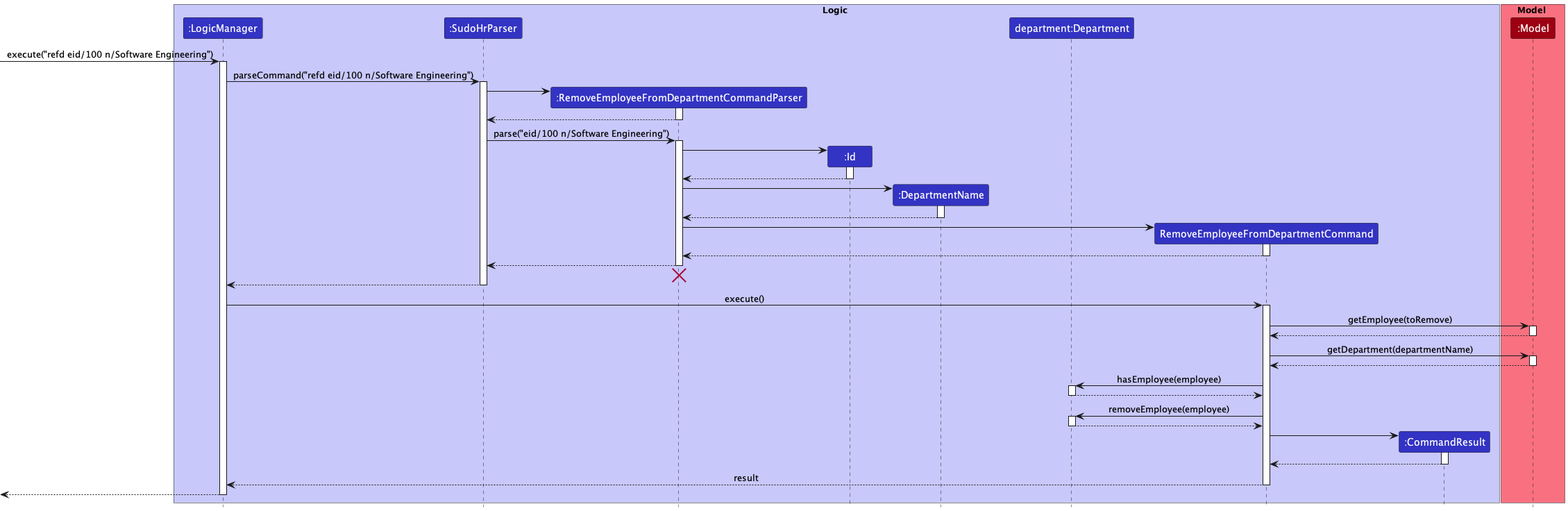
The PlantUML diagram docs/images/commands/department/RemoveEmployeeFromDepartmentSequenceDiagram.png in nus-cs2103-AY2223S2/tp, before a commit. Source of this version:
```plantuml
@startuml
!include ../../style.puml

box Logic LOGIC_COLOR_T1
participant ":LogicManager" as LogicManager LOGIC_COLOR
participant ":SudoHrParser" as SudoHrParser LOGIC_COLOR
participant ":RemoveEmployeeFromDepartmentCommandParser" as RemoveEmployeeFromDepartmentCommandParser LOGIC_COLOR
participant ":Id" as Id LOGIC_COLOR
participant ":DepartmentName" as DepartmentName LOGIC_COLOR
participant "department:Department" as Department LOGIC_COLOR
participant "RemoveEmployeeFromDepartmentCommand" as RemoveEmployeeFromDepartmentCommand LOGIC_COLOR
participant ":CommandResult" as CommandResult LOGIC_COLOR
end box

box Model MODEL_COLOR_T1
participant ":Model" as Model MODEL_COLOR
end box

[-> LogicManager : execute("refd eid/100 n/Software Engineering")
activate LogicManager

LogicManager -> SudoHrParser : parseCommand("refd eid/100 n/Software Engineering")
activate SudoHrParser

create RemoveEmployeeFromDepartmentCommandParser
SudoHrParser -> RemoveEmployeeFromDepartmentCommandParser
activate RemoveEmployeeFromDepartmentCommandParser

RemoveEmployeeFromDepartmentCommandParser --> SudoHrParser
deactivate RemoveEmployeeFromDepartmentCommandParser

SudoHrParser -> RemoveEmployeeFromDepartmentCommandParser : parse("eid/100 n/Software Engineering")
activate RemoveEmployeeFromDepartmentCommandParser

create Id
RemoveEmployeeFromDepartmentCommandParser -> Id
activate Id

Id --> RemoveEmployeeFromDepartmentCommandParser
deactivate

create DepartmentName
RemoveEmployeeFromDepartmentCommandParser -> DepartmentName
activate DepartmentName

DepartmentName --> RemoveEmployeeFromDepartmentCommandParser
deactivate

create RemoveEmployeeFromDepartmentCommand
RemoveEmployeeFromDepartmentCommandParser -> RemoveEmployeeFromDepartmentCommand
activate RemoveEmployeeFromDepartmentCommand

RemoveEmployeeFromDepartmentCommand --> RemoveEmployeeFromDepartmentCommandParser
deactivate RemoveEmployeeFromDepartmentCommand

RemoveEmployeeFromDepartmentCommandParser --> SudoHrParser
deactivate RemoveEmployeeFromDepartmentCommandParser
RemoveEmployeeFromDepartmentCommandParser -[hidden]-> SudoHrParser
destroy RemoveEmployeeFromDepartmentCommandParser

SudoHrParser --> LogicManager
deactivate SudoHrParser

LogicManager -> RemoveEmployeeFromDepartmentCommand : execute()
activate RemoveEmployeeFromDepartmentCommand

RemoveEmployeeFromDepartmentCommand -> Model : getEmployee(toRemove)
activate Model

Model --> RemoveEmployeeFromDepartmentCommand
deactivate Model

RemoveEmployeeFromDepartmentCommand -> Model : getDepartment(departmentName)
activate Model

Model --> RemoveEmployeeFromDepartmentCommand
deactivate Model

RemoveEmployeeFromDepartmentCommand -> Department : hasEmployee(employee)
activate Department

Department --> RemoveEmployeeFromDepartmentCommand
deactivate Department

RemoveEmployeeFromDepartmentCommand -> Department : removeEmployee(employee)
activate Department

Department --> RemoveEmployeeFromDepartmentCommand
deactivate Department

create CommandResult
RemoveEmployeeFromDepartmentCommand -> CommandResult
activate CommandResult

CommandResult --> RemoveEmployeeFromDepartmentCommand
deactivate CommandResult

RemoveEmployeeFromDepartmentCommand --> LogicManager : result
deactivate RemoveEmployeeFromDepartmentCommand

[<--LogicManager
deactivate LogicManager
@enduml
```
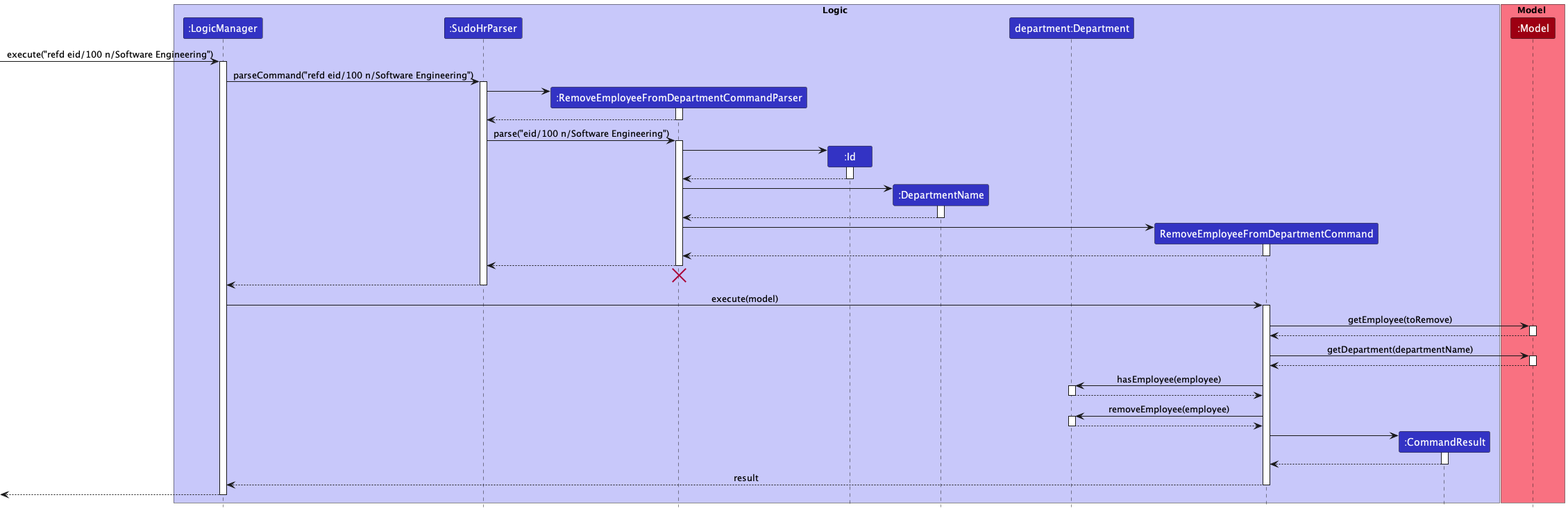
After the change.

Change to the diagram source:
```diff
@@ -61,7 +61,7 @@
 SudoHrParser --> LogicManager
 deactivate SudoHrParser
 
-LogicManager -> RemoveEmployeeFromDepartmentCommand : execute()
+LogicManager -> RemoveEmployeeFromDepartmentCommand : execute(model)
 activate RemoveEmployeeFromDepartmentCommand
 
 RemoveEmployeeFromDepartmentCommand -> Model : getEmployee(toRemove)
```
